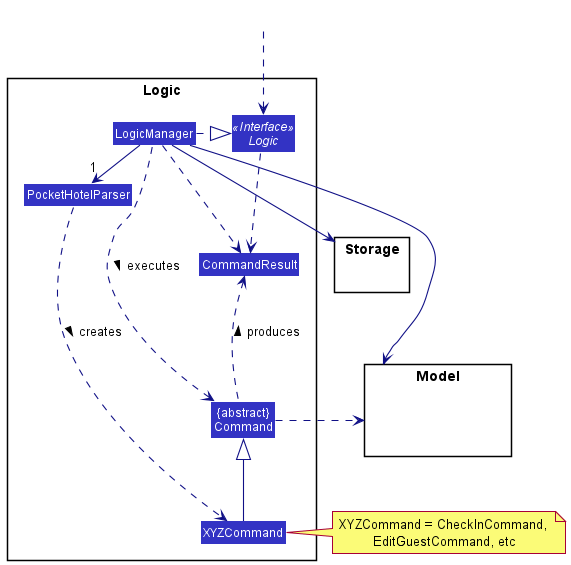
Above: docs/images/LogicClassDiagram.png in rgbpokka/tp (PlantUML), before the change.
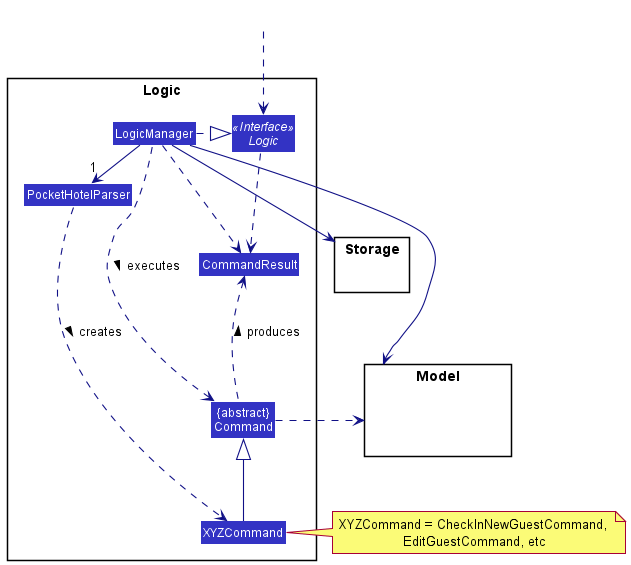
The same file after the commit.

The edit, as a diff of the source:
```diff
@@ -10,7 +10,6 @@
 Class XYZCommand
 Class CommandResult
 Class "{abstract}\nCommand" as Command
-
 
 Interface Logic <<Interface>>
 Class LogicManager
@@ -38,7 +37,7 @@
 Storage --[hidden] Model
 Command .[hidden]up.> Storage
 Command .right.> Model
-note right of XYZCommand: XYZCommand = CheckInCommand, \nEditGuestCommand, etc
+note right of XYZCommand: XYZCommand = CheckInNewGuestCommand, \nEditGuestCommand, etc
 
 Logic ..> CommandResult
 LogicManager .down.> CommandResult
```
